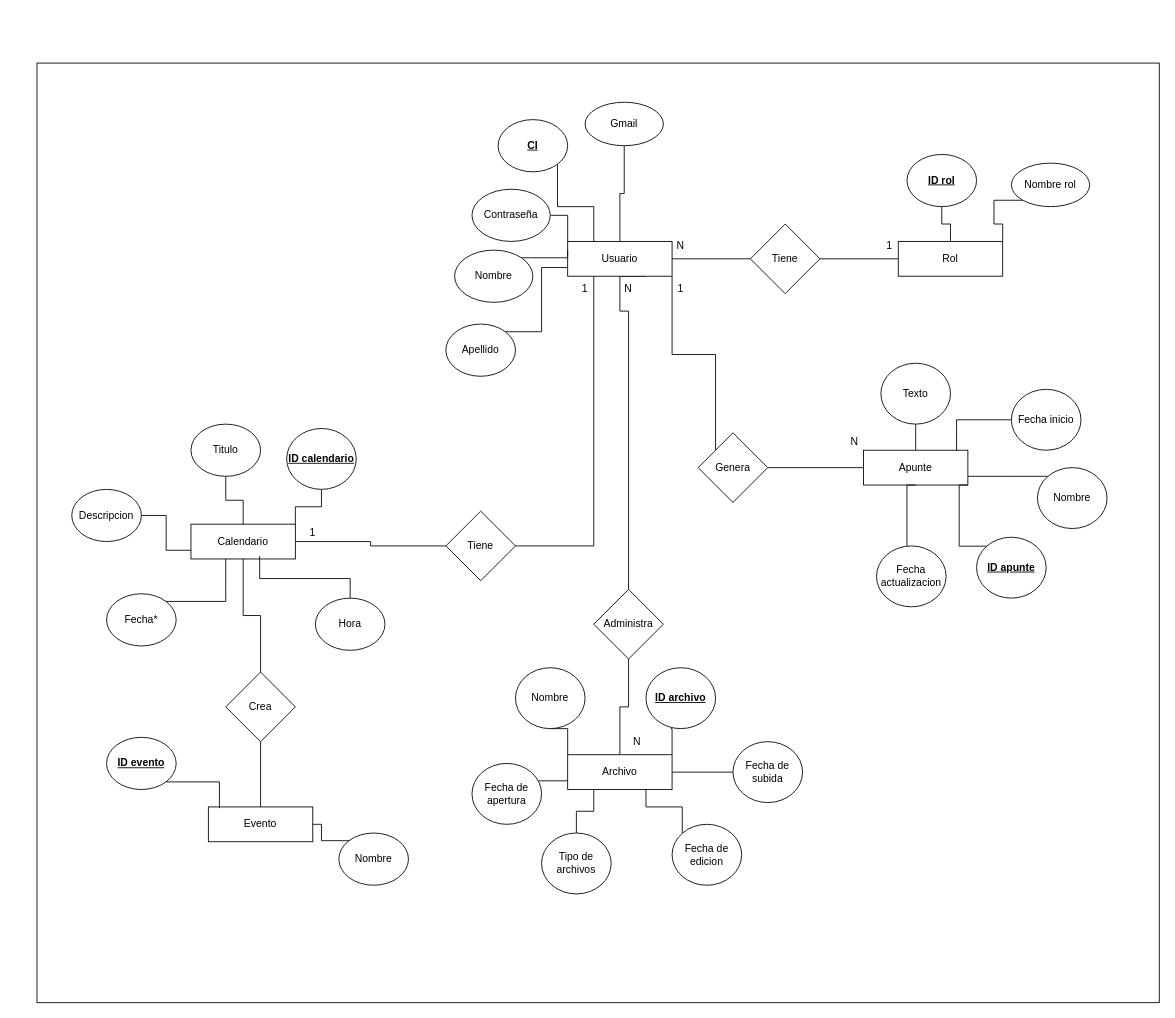
Above: EDUCONNECTMERARCHIVOS.drawio in TheSniper77/Proyecto-final (draw.io), before the change. Source tidied: cells renumbered, new cells numbered last; positions are measured from the earlier drawing's top-left corner, leaving out a move shared by most shapes. Both pictures are drawn from the tidied source at 87%, with x=0, y=0 at pixel (37, 63).
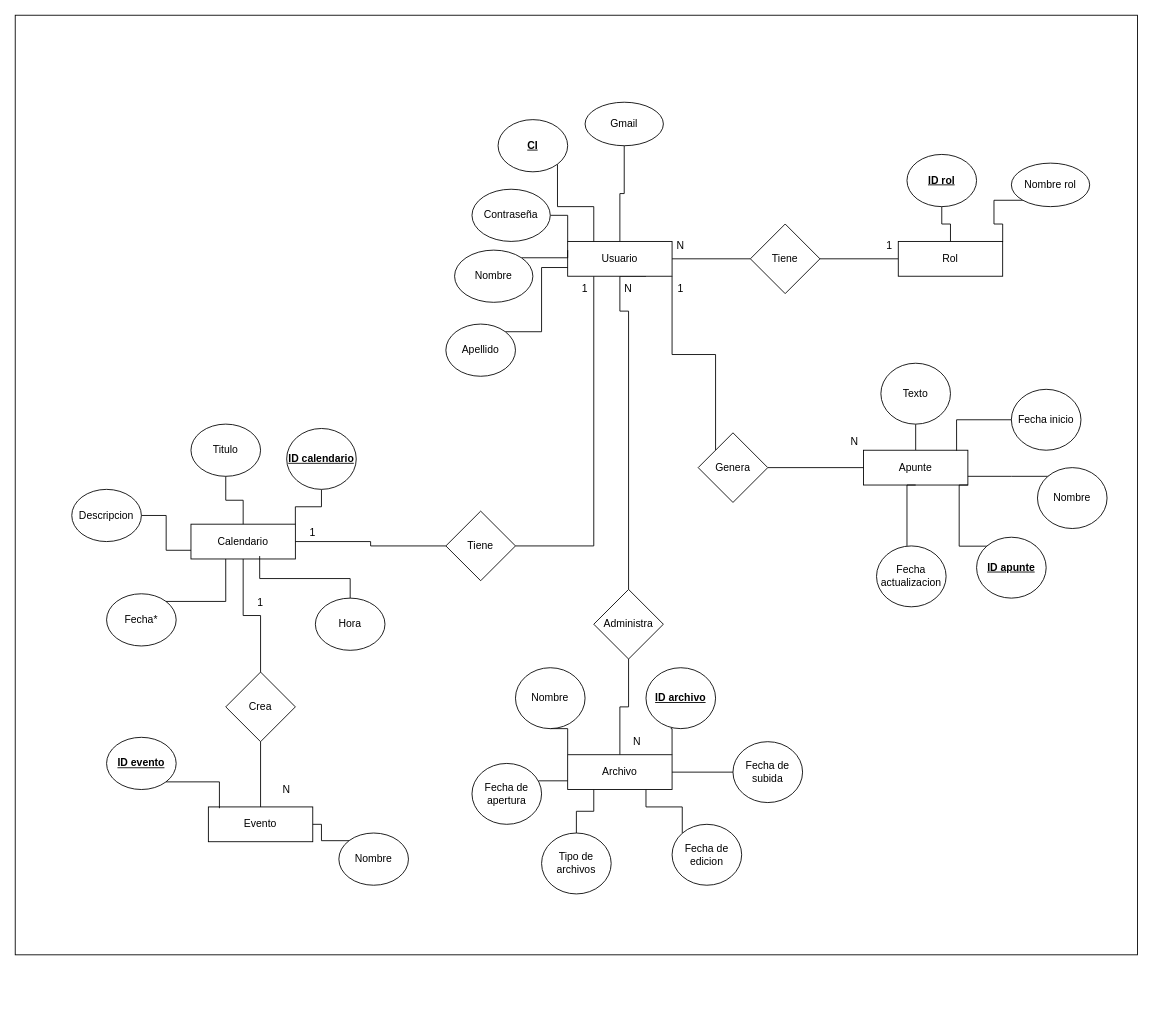
After the change.

Commit message (it also covers changes not shown here):
Pequeño cambio

Change to the diagram source:
```diff
@@
     <mxCell id="72" style="rounded=0;whiteSpace=wrap;html=1;fillColor=none;" parent="1" vertex="1">
-      <mxGeometry width="1290" height="1080" as="geometry" />
+      <mxGeometry x="-25" y="-55" width="1290" height="1080" as="geometry" />
     </mxCell>
@@
+    <mxCell id="82" value="1" style="text;html=1;whiteSpace=wrap;strokeColor=none;fillColor=none;align=center;verticalAlign=middle;rounded=0;" parent="1" vertex="1">
+      <mxGeometry x="227" y="605" width="60" height="30" as="geometry" />
+    </mxCell>
+    <mxCell id="83" value="N" style="text;html=1;whiteSpace=wrap;strokeColor=none;fillColor=none;align=center;verticalAlign=middle;rounded=0;" parent="1" vertex="1">
+      <mxGeometry x="257" y="820" width="60" height="30" as="geometry" />
+    </mxCell>
```
